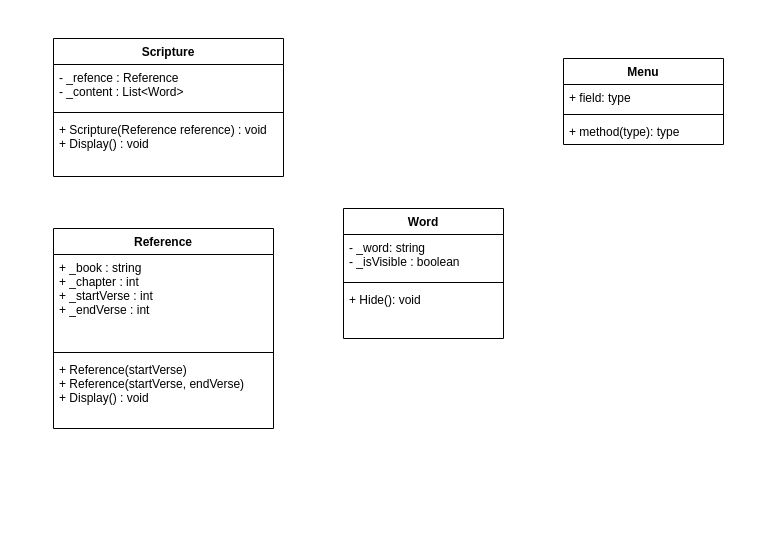
carloswm85/cse210-projects-2024Winter keeps this draw.io diagram as team/w05-scripture-memorizer/scripture-memorizer.drawio. Above is the earlier version. Source tidied: cells renumbered, new cells numbered last; positions are measured from the earlier drawing's top-left corner, leaving out a move shared by most shapes. Both pictures are drawn from the tidied source at 100%, with x=0, y=0 at pixel (53, 38).
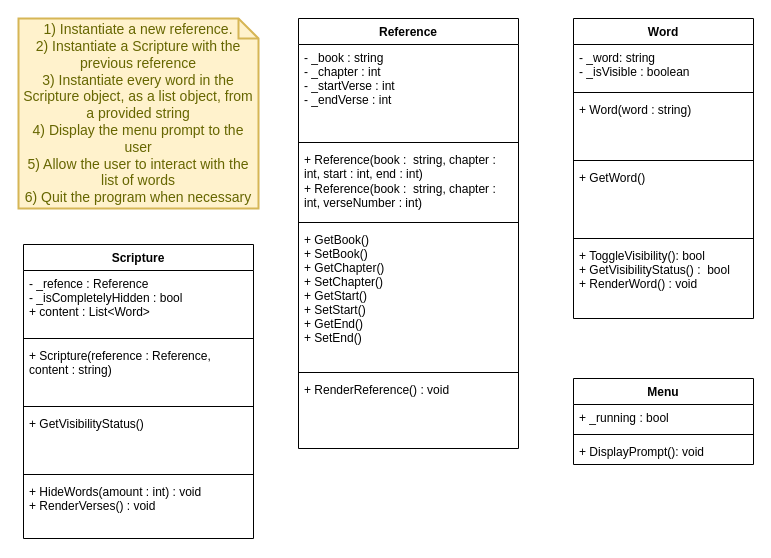
After the change.

Commit message (it also covers changes not shown here):
ADD scripture memorizer design

What changed in the source:
```diff
@@
     <mxCell id="2" value="Word" style="swimlane;fontStyle=1;align=center;verticalAlign=top;horizontal=1;startSize=26;" parent="1" vertex="1">
-      <mxGeometry x="290" y="170" width="160" height="130" as="geometry" />
+      <mxGeometry x="520" y="-20" width="180" height="300" as="geometry" />
     </mxCell>
     <mxCell id="3" value="- _word: string&#10;- _isVisible : boolean&#10;" style="text;strokeColor=none;fillColor=none;align=left;verticalAlign=top;spacingLeft=4;spacingRight=4;overflow=hidden;" parent="2" vertex="1">
-      <mxGeometry y="26" width="160" height="44" as="geometry" />
+      <mxGeometry y="26" width="180" height="44" as="geometry" />
     </mxCell>
     <mxCell id="4" style="line;strokeWidth=1;fillColor=none;align=left;verticalAlign=middle;spacingTop=-1;spacingLeft=3;spacingRight=3;labelPosition=right;strokeColor=inherit;" parent="2" vertex="1">
-      <mxGeometry y="70" width="160" height="8" as="geometry" />
+      <mxGeometry y="70" width="180" height="8" as="geometry" />
     </mxCell>
-    <mxCell id="5" value="+ Hide(): void" style="text;strokeColor=none;fillColor=none;align=left;verticalAlign=top;spacingLeft=4;spacingRight=4;overflow=hidden;" parent="2" vertex="1">
-      <mxGeometry y="78" width="160" height="52" as="geometry" />
-    </mxCell>
+    <mxCell id="18" value="+ Word(word : string)" style="text;strokeColor=none;fillColor=none;align=left;verticalAlign=top;spacingLeft=4;spacingRight=4;overflow=hidden;" parent="2" vertex="1">
+      <mxGeometry y="78" width="180" height="60" as="geometry" />
+    </mxCell>
+    <mxCell id="19" style="line;strokeWidth=1;fillColor=none;align=left;verticalAlign=middle;spacingTop=-1;spacingLeft=3;spacingRight=3;labelPosition=right;strokeColor=inherit;" parent="2" vertex="1">
+      <mxGeometry y="138" width="180" height="8" as="geometry" />
+    </mxCell>
+    <mxCell id="20" value="+ GetWord()&#10;" style="text;strokeColor=none;fillColor=none;align=left;verticalAlign=top;spacingLeft=4;spacingRight=4;overflow=hidden;" parent="2" vertex="1">
+      <mxGeometry y="146" width="180" height="70" as="geometry" />
+    </mxCell>
+    <mxCell id="21" style="line;strokeWidth=1;fillColor=none;align=left;verticalAlign=middle;spacingTop=-1;spacingLeft=3;spacingRight=3;labelPosition=right;strokeColor=inherit;" parent="2" vertex="1">
+      <mxGeometry y="216" width="180" height="8" as="geometry" />
+    </mxCell>
+    <mxCell id="22" value="+ ToggleVisibility(): bool&#10;+ GetVisibilityStatus() :  bool&#10;+ RenderWord() : void" style="text;strokeColor=none;fillColor=none;align=left;verticalAlign=top;spacingLeft=4;spacingRight=4;overflow=hidden;" parent="2" vertex="1">
+      <mxGeometry y="224" width="180" height="76" as="geometry" />
+    </mxCell>
     <mxCell id="6" value="Reference" style="swimlane;fontStyle=1;align=center;verticalAlign=top;horizontal=1;startSize=26;" parent="1" vertex="1">
-      <mxGeometry y="190" width="220" height="200" as="geometry" />
+      <mxGeometry x="245" y="-20" width="220" height="430" as="geometry" />
     </mxCell>
-    <mxCell id="7" value="+ _book : string&#10;+ _chapter : int&#10;+ _startVerse : int&#10;+ _endVerse : int" style="text;strokeColor=none;fillColor=none;align=left;verticalAlign=top;spacingLeft=4;spacingRight=4;overflow=hidden;" parent="6" vertex="1">
+    <mxCell id="7" value="- _book : string&#10;- _chapter : int&#10;- _startVerse : int&#10;- _endVerse : int" style="text;strokeColor=none;fillColor=none;align=left;verticalAlign=top;spacingLeft=4;spacingRight=4;overflow=hidden;" parent="6" vertex="1">
       <mxGeometry y="26" width="220" height="94" as="geometry" />
     </mxCell>
+    <mxCell id="23" style="line;strokeWidth=1;fillColor=none;align=left;verticalAlign=middle;spacingTop=-1;spacingLeft=3;spacingRight=3;labelPosition=right;strokeColor=inherit;" parent="6" vertex="1">
+      <mxGeometry y="120" width="220" height="8" as="geometry" />
+    </mxCell>
+    <mxCell id="24" value="+ Reference(book :  string, chapter : int, start : int, end : int)&#10;+ Reference(book :  string, chapter : int, verseNumber : int)" style="text;strokeColor=none;fillColor=none;align=left;verticalAlign=top;spacingLeft=4;spacingRight=4;overflow=hidden;horizontal=1;whiteSpace=wrap;" parent="6" vertex="1">
+      <mxGeometry y="128" width="220" height="72" as="geometry" />
+    </mxCell>
     <mxCell id="8" style="line;strokeWidth=1;fillColor=none;align=left;verticalAlign=middle;spacingTop=-1;spacingLeft=3;spacingRight=3;labelPosition=right;strokeColor=inherit;" parent="6" vertex="1">
-      <mxGeometry y="120" width="220" height="8" as="geometry" />
+      <mxGeometry y="200" width="220" height="8" as="geometry" />
     </mxCell>
-    <mxCell id="9" value="+ Reference(startVerse)&#10;+ Reference(startVerse, endVerse)&#10;+ Display() : void" style="text;strokeColor=none;fillColor=none;align=left;verticalAlign=top;spacingLeft=4;spacingRight=4;overflow=hidden;" parent="6" vertex="1">
-      <mxGeometry y="128" width="220" height="72" as="geometry" />
-    </mxCell>
+    <mxCell id="25" value="+ GetBook()&#10;+ SetBook()&#10;+ GetChapter()&#10;+ SetChapter()&#10;+ GetStart()&#10;+ SetStart()&#10;+ GetEnd()&#10;+ SetEnd()" style="text;strokeColor=none;fillColor=none;align=left;verticalAlign=top;spacingLeft=4;spacingRight=4;overflow=hidden;" parent="6" vertex="1">
+      <mxGeometry y="208" width="220" height="142" as="geometry" />
+    </mxCell>
+    <mxCell id="26" style="line;strokeWidth=1;fillColor=none;align=left;verticalAlign=middle;spacingTop=-1;spacingLeft=3;spacingRight=3;labelPosition=right;strokeColor=inherit;" parent="6" vertex="1">
+      <mxGeometry y="350" width="220" height="8" as="geometry" />
+    </mxCell>
+    <mxCell id="27" value="+ RenderReference() : void" style="text;strokeColor=none;fillColor=none;align=left;verticalAlign=top;spacingLeft=4;spacingRight=4;overflow=hidden;" parent="6" vertex="1">
+      <mxGeometry y="358" width="220" height="72" as="geometry" />
+    </mxCell>
     <mxCell id="10" value="Scripture" style="swimlane;fontStyle=1;align=center;verticalAlign=top;horizontal=1;startSize=26;" parent="1" vertex="1">
-      <mxGeometry width="230" height="138" as="geometry" />
+      <mxGeometry x="-30" y="206" width="230" height="294" as="geometry" />
     </mxCell>
-    <mxCell id="11" value="- _refence : Reference&#10;- _content : List&lt;Word&gt;" style="text;strokeColor=none;fillColor=none;align=left;verticalAlign=top;spacingLeft=4;spacingRight=4;overflow=hidden;" parent="10" vertex="1">
-      <mxGeometry y="26" width="230" height="44" as="geometry" />
+    <mxCell id="11" value="- _refence : Reference&#10;- _isCompletelyHidden : bool&#10;+ content : List&lt;Word&gt;" style="text;strokeColor=none;fillColor=none;align=left;verticalAlign=top;spacingLeft=4;spacingRight=4;overflow=hidden;" parent="10" vertex="1">
+      <mxGeometry y="26" width="230" height="64" as="geometry" />
     </mxCell>
+    <mxCell id="28" style="line;strokeWidth=1;fillColor=none;align=left;verticalAlign=middle;spacingTop=-1;spacingLeft=3;spacingRight=3;labelPosition=right;strokeColor=inherit;" parent="10" vertex="1">
+      <mxGeometry y="90" width="230" height="8" as="geometry" />
+    </mxCell>
+    <mxCell id="29" value="+ Scripture(reference : Reference, content : string)" style="text;strokeColor=none;fillColor=none;align=left;verticalAlign=top;spacingLeft=4;spacingRight=4;overflow=hidden;whiteSpace=wrap;" parent="10" vertex="1">
+      <mxGeometry y="98" width="230" height="60" as="geometry" />
+    </mxCell>
     <mxCell id="12" style="line;strokeWidth=1;fillColor=none;align=left;verticalAlign=middle;spacingTop=-1;spacingLeft=3;spacingRight=3;labelPosition=right;strokeColor=inherit;" parent="10" vertex="1">
-      <mxGeometry y="70" width="230" height="8" as="geometry" />
+      <mxGeometry y="158" width="230" height="8" as="geometry" />
     </mxCell>
-    <mxCell id="13" value="+ Scripture(Reference reference) : void&#10;+ Display() : void" style="text;strokeColor=none;fillColor=none;align=left;verticalAlign=top;spacingLeft=4;spacingRight=4;overflow=hidden;" parent="10" vertex="1">
-      <mxGeometry y="78" width="230" height="60" as="geometry" />
+    <mxCell id="13" value="+ GetVisibilityStatus()" style="text;strokeColor=none;fillColor=none;align=left;verticalAlign=top;spacingLeft=4;spacingRight=4;overflow=hidden;" parent="10" vertex="1">
+      <mxGeometry y="166" width="230" height="60" as="geometry" />
     </mxCell>
+    <mxCell id="30" style="line;strokeWidth=1;fillColor=none;align=left;verticalAlign=middle;spacingTop=-1;spacingLeft=3;spacingRight=3;labelPosition=right;strokeColor=inherit;" parent="10" vertex="1">
+      <mxGeometry y="226" width="230" height="8" as="geometry" />
+    </mxCell>
+    <mxCell id="31" value="+ HideWords(amount : int) : void&#10;+ RenderVerses() : void" style="text;strokeColor=none;fillColor=none;align=left;verticalAlign=top;spacingLeft=4;spacingRight=4;overflow=hidden;" parent="10" vertex="1">
+      <mxGeometry y="234" width="230" height="60" as="geometry" />
+    </mxCell>
     <mxCell id="14" value="Menu" style="swimlane;fontStyle=1;align=center;verticalAlign=top;horizontal=1;startSize=26;" parent="1" vertex="1">
-      <mxGeometry x="510" y="20" width="160" height="86" as="geometry" />
+      <mxGeometry x="520" y="340" width="180" height="86" as="geometry" />
     </mxCell>
-    <mxCell id="15" value="+ field: type" style="text;strokeColor=none;fillColor=none;align=left;verticalAlign=top;spacingLeft=4;spacingRight=4;overflow=hidden;" parent="14" vertex="1">
-      <mxGeometry y="26" width="160" height="26" as="geometry" />
+    <mxCell id="15" value="+ _running : bool" style="text;strokeColor=none;fillColor=none;align=left;verticalAlign=top;spacingLeft=4;spacingRight=4;overflow=hidden;" parent="14" vertex="1">
+      <mxGeometry y="26" width="180" height="26" as="geometry" />
     </mxCell>
     <mxCell id="16" style="line;strokeWidth=1;fillColor=none;align=left;verticalAlign=middle;spacingTop=-1;spacingLeft=3;spacingRight=3;labelPosition=right;strokeColor=inherit;" parent="14" vertex="1">
-      <mxGeometry y="52" width="160" height="8" as="geometry" />
+      <mxGeometry y="52" width="180" height="8" as="geometry" />
     </mxCell>
-    <mxCell id="17" value="+ method(type): type" style="text;strokeColor=none;fillColor=none;align=left;verticalAlign=top;spacingLeft=4;spacingRight=4;overflow=hidden;" parent="14" vertex="1">
-      <mxGeometry y="60" width="160" height="26" as="geometry" />
+    <mxCell id="17" value="+ DisplayPrompt(): void" style="text;strokeColor=none;fillColor=none;align=left;verticalAlign=top;spacingLeft=4;spacingRight=4;overflow=hidden;" parent="14" vertex="1">
+      <mxGeometry y="60" width="180" height="26" as="geometry" />
     </mxCell>
+    <mxCell id="32" value="1) Instantiate a new reference.&lt;br&gt;2) Instantiate a Scripture with the previous reference&lt;br&gt;3) Instantiate every word in the Scripture object, as a list object, from a provided string&lt;br&gt;4) Display the menu prompt to the user&lt;br&gt;5) Allow the user to interact with the list of words&lt;br&gt;6) Quit the program when necessary" style="shape=note;strokeWidth=2;fontSize=14;size=20;whiteSpace=wrap;html=1;fillColor=#fff2cc;strokeColor=#d6b656;fontColor=#666600;" parent="1" vertex="1">
+      <mxGeometry x="-35" y="-20" width="240" height="190" as="geometry" />
+    </mxCell>
```
